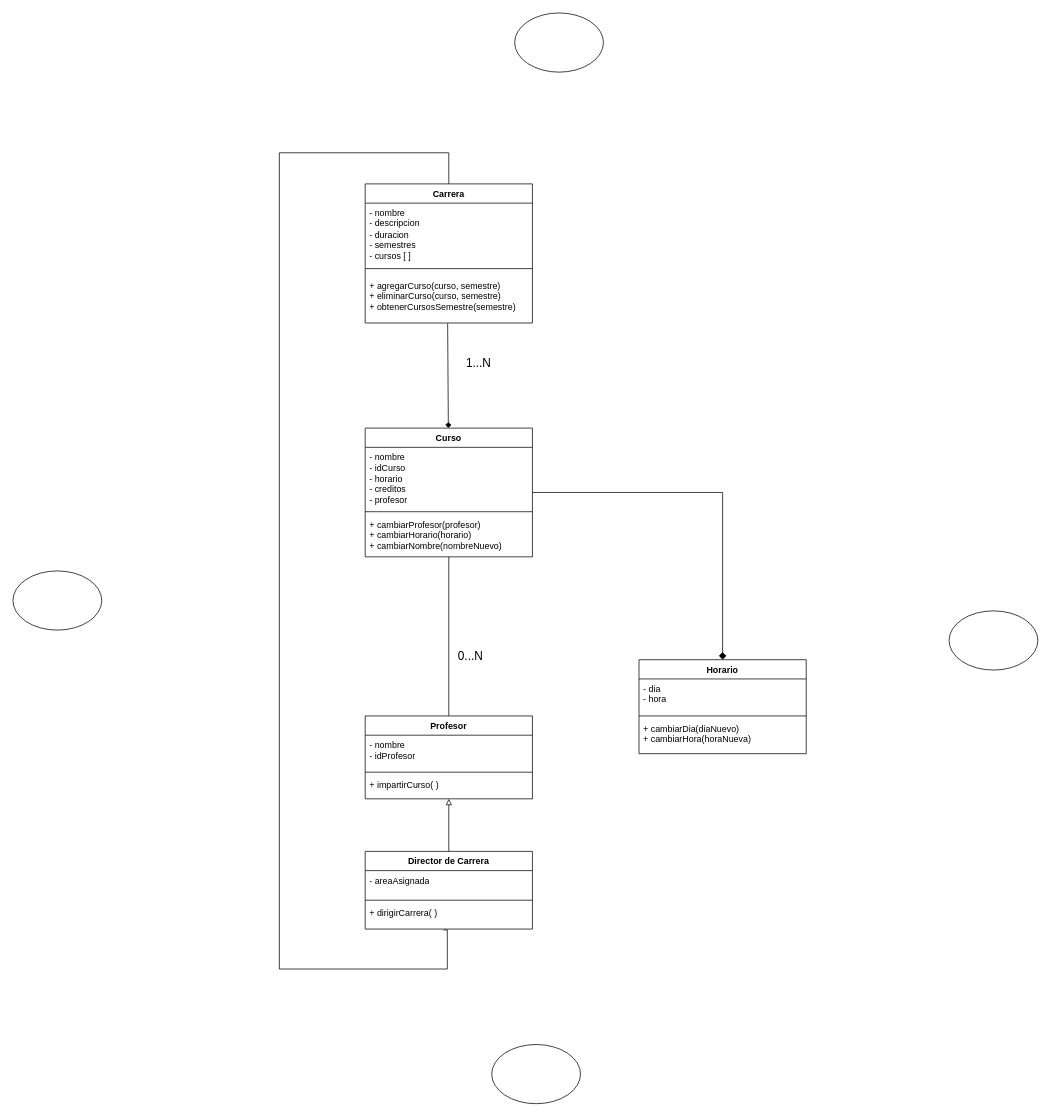
Before: Untitled Diagram.drawio in Hyasmin96/Hyasmin96, a draw.io diagram. Source tidied: cells renumbered, new cells numbered last; positions are measured from the earlier drawing's top-left corner, leaving out a move shared by most shapes. Both pictures are drawn from the tidied source at 74%, with x=0, y=0 at pixel (13, 13).
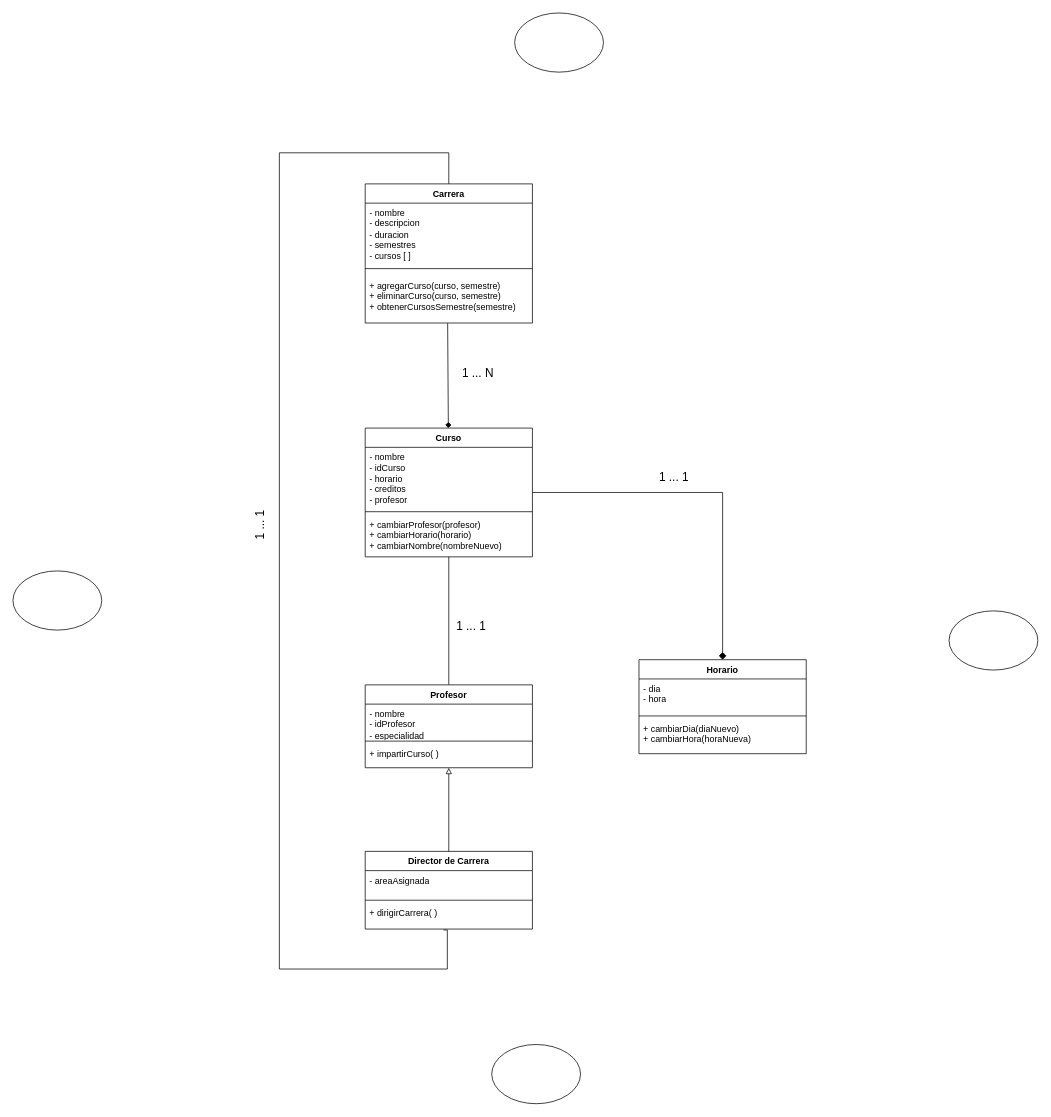
The same diagram, later.

The edit, as a diff of the source:
```diff
@@
     <mxCell id="14" value="Profesor" style="swimlane;fontStyle=1;align=center;verticalAlign=top;horizontal=1;startSize=26;whiteSpace=wrap;html=1;" parent="1" vertex="1">
-      <mxGeometry x="476" y="950" width="226" height="112" as="geometry" />
+      <mxGeometry x="476" y="908" width="226" height="112" as="geometry" />
     </mxCell>
-    <mxCell id="15" value="&lt;div&gt;- nombre&lt;/div&gt;&lt;div&gt;- idProfesor&lt;/div&gt;" style="text;strokeColor=none;fillColor=none;align=left;verticalAlign=top;spacingLeft=4;spacingRight=4;overflow=hidden;whiteSpace=wrap;html=1;" parent="14" vertex="1">
+    <mxCell id="15" value="&lt;div&gt;- nombre&lt;/div&gt;&lt;div&gt;- idProfesor&lt;/div&gt;&lt;div&gt;- especialidad&lt;/div&gt;" style="text;strokeColor=none;fillColor=none;align=left;verticalAlign=top;spacingLeft=4;spacingRight=4;overflow=hidden;whiteSpace=wrap;html=1;" parent="14" vertex="1">
       <mxGeometry y="26" width="226" height="46" as="geometry" />
     </mxCell>
@@
-    <mxCell id="27" value="0...N" style="text;html=1;align=center;verticalAlign=middle;strokeColor=none;fillColor=none;fontSize=16;" parent="1" vertex="1">
-      <mxGeometry x="592" y="853" width="52" height="31" as="geometry" />
+    <mxCell id="27" value="1 ... 1" style="text;html=1;align=center;verticalAlign=middle;strokeColor=none;fillColor=none;fontSize=16;" parent="1" vertex="1">
+      <mxGeometry x="590" y="812" width="58" height="31" as="geometry" />
     </mxCell>
-    <mxCell id="28" value="1...N" style="text;html=1;align=center;verticalAlign=middle;strokeColor=none;fillColor=none;fontSize=16;rotation=0;" parent="1" vertex="1">
-      <mxGeometry x="603" y="457" width="52" height="31" as="geometry" />
+    <mxCell id="28" value="1 ... N" style="text;html=1;align=center;verticalAlign=middle;strokeColor=none;fillColor=none;fontSize=16;rotation=0;" parent="1" vertex="1">
+      <mxGeometry x="597" y="471" width="61" height="31" as="geometry" />
     </mxCell>
@@
+    <mxCell id="33" value="1 ... 1" style="text;html=1;align=center;verticalAlign=middle;strokeColor=none;fillColor=none;fontSize=16;rotation=0;" parent="1" vertex="1">
+      <mxGeometry x="864" y="611" width="58" height="31" as="geometry" />
+    </mxCell>
+    <mxCell id="34" value="1 ... 1" style="text;html=1;align=center;verticalAlign=middle;strokeColor=none;fillColor=none;fontSize=16;rotation=-90;" parent="1" vertex="1">
+      <mxGeometry x="304" y="677" width="58" height="31" as="geometry" />
+    </mxCell>
```
